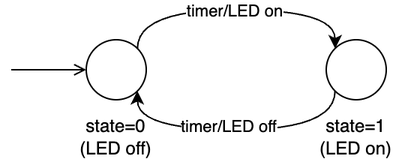
The draw.io diagram figs/knipperende-led-diagram.drawio.png in eelcodijkstra/pcintrobook, before a commit. Source tidied: cells renumbered, new cells last; positions are measured from the earlier drawing's top-left corner, leaving out a move shared by most shapes.
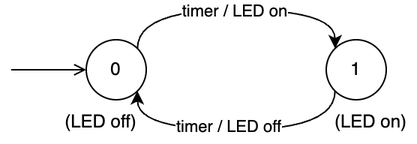
The same diagram one commit later.

The edit, as a diff of the source:
```diff
@@ -2,10 +2,10 @@
   <root>
     <mxCell id="0" />
     <mxCell id="1" parent="0" />
-    <mxCell id="2" style="ellipse;whiteSpace=wrap;html=1;" parent="1" vertex="1">
+    <mxCell id="2" value="0" style="ellipse;whiteSpace=wrap;html=1;" parent="1" vertex="1">
       <mxGeometry x="50" y="20" width="40" height="40" as="geometry" />
     </mxCell>
-    <mxCell id="3" style="ellipse;whiteSpace=wrap;html=1;" parent="1" vertex="1">
+    <mxCell id="3" value="1" style="ellipse;whiteSpace=wrap;html=1;" parent="1" vertex="1">
       <mxGeometry x="210" y="20" width="40" height="40" as="geometry" />
     </mxCell>
     <mxCell id="4" style="endArrow=classic;html=1;rounded=0;exitX=1;exitY=0;exitDx=0;exitDy=0;entryX=0;entryY=0;entryDx=0;entryDy=0;edgeStyle=orthogonalEdgeStyle;curved=1;" parent="1" edge="1" source="2" target="3">
@@ -16,7 +16,7 @@
         </Array>
       </mxGeometry>
     </mxCell>
-    <mxCell id="5" value="timer/LED on" style="edgeLabel;html=1;align=center;verticalAlign=middle;" parent="4" vertex="1">
+    <mxCell id="5" value="timer / LED on" style="edgeLabel;html=1;align=center;verticalAlign=middle;" parent="4" vertex="1">
       <mxGeometry x="-0.02" relative="1" as="geometry" />
     </mxCell>
     <mxCell id="6" style="endArrow=classic;html=1;rounded=0;exitX=0;exitY=1;exitDx=0;exitDy=0;entryX=1;entryY=1;entryDx=0;entryDy=0;edgeStyle=orthogonalEdgeStyle;curved=1;" parent="1" edge="1" source="3" target="2">
@@ -27,14 +27,14 @@
         </Array>
       </mxGeometry>
     </mxCell>
-    <mxCell id="7" value="timer/LED off" style="edgeLabel;html=1;align=center;verticalAlign=middle;" parent="6" vertex="1">
+    <mxCell id="7" value="timer / LED off" style="edgeLabel;html=1;align=center;verticalAlign=middle;" parent="6" vertex="1">
       <mxGeometry x="0.05" y="-3" relative="1" as="geometry" />
     </mxCell>
-    <mxCell id="8" value="state=0&lt;div&gt;(LED off)&lt;/div&gt;" style="text;html=1;align=center;verticalAlign=middle;whiteSpace=wrap;rounded=0;" parent="1" vertex="1">
-      <mxGeometry x="40" y="70" width="60" height="30" as="geometry" />
+    <mxCell id="8" value="&lt;span style=&quot;background-color: initial;&quot;&gt;(LED off)&lt;/span&gt;" style="text;html=1;align=center;verticalAlign=middle;whiteSpace=wrap;rounded=0;" parent="1" vertex="1">
+      <mxGeometry x="30" y="60" width="60" height="30" as="geometry" />
     </mxCell>
-    <mxCell id="9" value="state=1&lt;div&gt;(LED on)&lt;/div&gt;" style="text;html=1;align=center;verticalAlign=middle;whiteSpace=wrap;rounded=0;" parent="1" vertex="1">
-      <mxGeometry x="200" y="70" width="60" height="30" as="geometry" />
+    <mxCell id="9" value="&lt;div&gt;(LED on)&lt;/div&gt;" style="text;html=1;align=center;verticalAlign=middle;whiteSpace=wrap;rounded=0;" parent="1" vertex="1">
+      <mxGeometry x="210" y="60" width="60" height="30" as="geometry" />
     </mxCell>
     <mxCell id="10" style="endArrow=open;html=1;rounded=0;endFill=0;" parent="1" edge="1">
       <mxGeometry relative="1" as="geometry">
```
